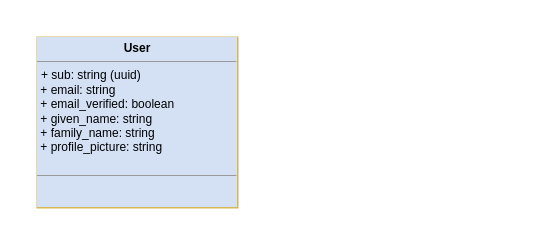
maticluka999/adverto keeps this draw.io diagram as page "Page-4" (4 of 4) of thesis/diagrams.drawio. Above is the earlier version. Source tidied: cells renumbered, new cells numbered last; positions are measured from the earlier drawing's top-left corner, leaving out a move shared by most shapes. Both pictures are drawn from the tidied source at 100%, with x=0, y=0 at pixel (37, 37).
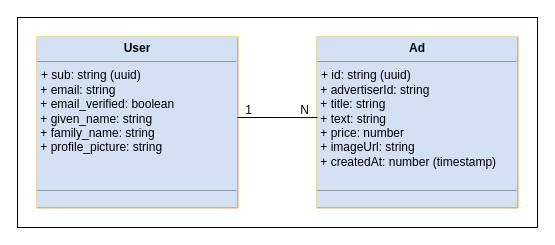
The same diagram, later.

The edit, as a diff of the source:
```diff
@@
 <mxGraphModel>
   <root>
     <mxCell id="0" />
     <mxCell id="1" parent="0" />
+    <mxCell id="3" style="rounded=0;whiteSpace=wrap;html=1;" parent="1" vertex="1">
+      <mxGeometry x="-20" y="-20" width="520" height="210" as="geometry" />
+    </mxCell>
-    <mxCell id="2" value="&lt;p style=&quot;margin:0px;margin-top:4px;text-align:center;&quot;&gt;&lt;b&gt;User&lt;/b&gt;&lt;/p&gt;&lt;hr size=&quot;1&quot;&gt;&lt;p style=&quot;margin:0px;margin-left:4px;&quot;&gt;+ sub: string (uuid)&lt;/p&gt;&amp;nbsp;+ email: string&lt;br&gt;&amp;nbsp;+ email_verified: boolean&lt;br&gt;&amp;nbsp;+ given_name: string&lt;br&gt;&amp;nbsp;+ family_name: string&lt;br&gt;&amp;nbsp;+ profile_picture: string&lt;br&gt;&lt;br&gt;&lt;div style=&quot;display:none&quot; id=&quot;SDCloudData&quot;&gt;&lt;/div&gt;&lt;hr size=&quot;1&quot;&gt;&lt;p style=&quot;margin:0px;margin-left:4px;&quot;&gt;&lt;br&gt;&lt;/p&gt;" style="verticalAlign=top;align=left;overflow=fill;fontSize=12;fontFamily=Helvetica;html=1;labelBackgroundColor=#D4E1F5;strokeColor=#d6b656;strokeWidth=2;fillColor=none;" parent="1" vertex="1">
+    <mxCell id="2" value="&lt;p style=&quot;margin:0px;margin-top:4px;text-align:center;&quot;&gt;&lt;b&gt;User&lt;/b&gt;&lt;/p&gt;&lt;hr size=&quot;1&quot;&gt;&lt;p style=&quot;margin:0px;margin-left:4px;&quot;&gt;+ sub: string (uuid)&lt;/p&gt;&amp;nbsp;+ email: string&lt;br&gt;&amp;nbsp;+ email_verified: boolean&lt;br&gt;&amp;nbsp;+ given_name: string&lt;br&gt;&amp;nbsp;+ family_name: string&lt;br&gt;&amp;nbsp;+ profile_picture: string&lt;br&gt;&lt;br&gt;&lt;br&gt;&lt;div style=&quot;display:none&quot; id=&quot;SDCloudData&quot;&gt;&lt;/div&gt;&lt;hr size=&quot;1&quot;&gt;&lt;p style=&quot;margin:0px;margin-left:4px;&quot;&gt;&lt;br&gt;&lt;/p&gt;" style="verticalAlign=top;align=left;overflow=fill;fontSize=12;fontFamily=Helvetica;html=1;labelBackgroundColor=#D4E1F5;strokeColor=#d6b656;strokeWidth=2;fillColor=none;" parent="1" vertex="1">
       <mxGeometry width="200" height="170" as="geometry" />
     </mxCell>
+    <mxCell id="4" value="&lt;p style=&quot;margin:0px;margin-top:4px;text-align:center;&quot;&gt;&lt;b&gt;Ad&lt;/b&gt;&lt;/p&gt;&lt;hr size=&quot;1&quot;&gt;&lt;p style=&quot;margin:0px;margin-left:4px;&quot;&gt;+ id: string (uuid)&lt;/p&gt;&amp;nbsp;+ advertiserId: string&lt;br&gt;&amp;nbsp;+ title: string&lt;br&gt;&amp;nbsp;+ text: string&lt;br&gt;&amp;nbsp;+ price: number&lt;br&gt;&amp;nbsp;+ imageUrl: string&lt;br&gt;&amp;nbsp;+ createdAt: number (timestamp)&lt;br&gt;&lt;br&gt;&lt;div style=&quot;display:none&quot; id=&quot;SDCloudData&quot;&gt;&lt;/div&gt;&lt;hr size=&quot;1&quot;&gt;&lt;p style=&quot;margin:0px;margin-left:4px;&quot;&gt;&lt;br&gt;&lt;/p&gt;" style="verticalAlign=top;align=left;overflow=fill;fontSize=12;fontFamily=Helvetica;html=1;labelBackgroundColor=#D4E1F5;strokeColor=#d6b656;strokeWidth=2;fillColor=none;" parent="1" vertex="1">
+      <mxGeometry x="280" width="200" height="170" as="geometry" />
+    </mxCell>
+    <mxCell id="5" style="endArrow=none;startArrow=none;html=1;rounded=0;entryX=0;entryY=0.471;entryDx=0;entryDy=0;entryPerimeter=0;startFill=0;endFill=0;" parent="1" edge="1" target="4">
+      <mxGeometry relative="1" as="geometry">
+        <mxPoint x="200" y="80" as="sourcePoint" />
+      </mxGeometry>
+    </mxCell>
+    <mxCell id="6" value="1" style="text;html=1;align=center;verticalAlign=middle;strokeColor=none;fillColor=none;" parent="1" vertex="1">
+      <mxGeometry x="196" y="58" width="30" height="30" as="geometry" />
+    </mxCell>
+    <mxCell id="7" value="N" style="text;html=1;align=center;verticalAlign=middle;strokeColor=none;fillColor=none;" parent="1" vertex="1">
+      <mxGeometry x="252" y="58" width="30" height="30" as="geometry" />
+    </mxCell>
   </root>
 </mxGraphModel>
```
